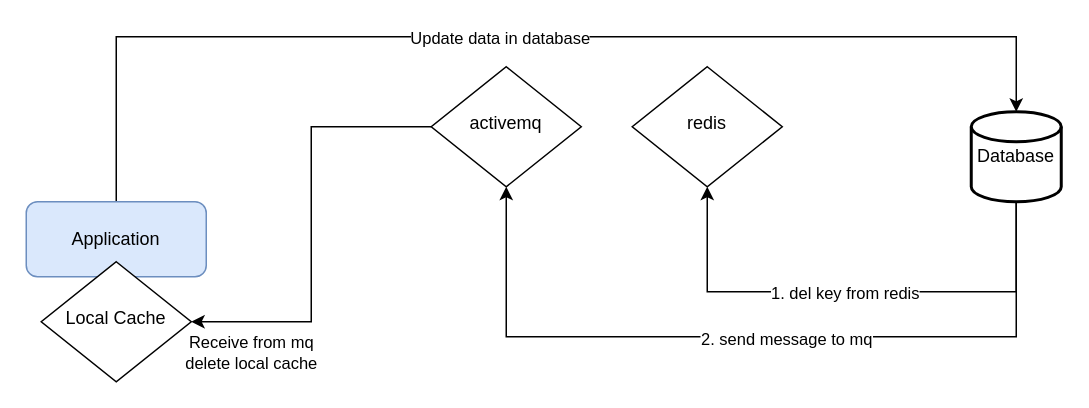
Above: update db.drawio in jejayhe/drawio (draw.io), before the change. Source tidied: cells renumbered, new cells numbered last; positions are measured from the earlier drawing's top-left corner, leaving out a move shared by most shapes. Both pictures are drawn from the tidied source at 150%, with x=0, y=0 at pixel (26, 36).
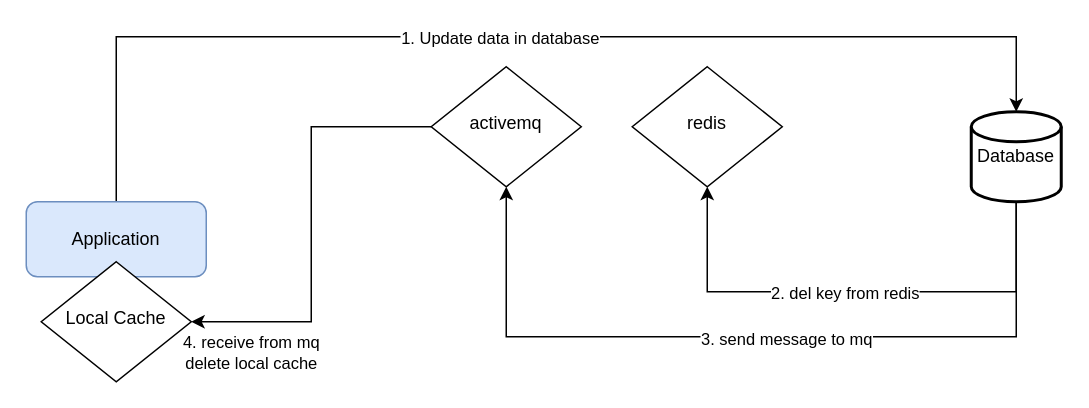
After the change.

The change refers to these unchanged cells:
```xml
<mxCell id="2" style="edgeStyle=orthogonalEdgeStyle;rounded=0;jettySize=auto;html=1;entryX=0.5;entryY=0;entryDx=0;entryDy=0;entryPerimeter=0;" parent="1" edge="1" source="4" target="11">
  <mxGeometry relative="1" as="geometry">
    <Array as="points">
      <mxPoint x="60" />
      <mxPoint x="660" />
    </Array>
  </mxGeometry>
</mxCell>
<mxCell id="7" style="edgeStyle=orthogonalEdgeStyle;rounded=0;jettySize=auto;html=1;entryX=0.5;entryY=1;entryDx=0;entryDy=0;" parent="1" edge="1" source="11" target="6">
  <mxGeometry relative="1" as="geometry">
    <Array as="points">
      <mxPoint x="660" y="170" />
      <mxPoint x="454" y="170" />
    </Array>
  </mxGeometry>
</mxCell>
<mxCell id="9" style="edgeStyle=orthogonalEdgeStyle;rounded=0;jettySize=auto;html=1;entryX=0.5;entryY=1;entryDx=0;entryDy=0;" parent="1" edge="1" source="11" target="14">
  <mxGeometry relative="1" as="geometry">
    <Array as="points">
      <mxPoint x="660" y="200" />
      <mxPoint x="320" y="200" />
    </Array>
  </mxGeometry>
</mxCell>
<mxCell id="12" style="edgeStyle=orthogonalEdgeStyle;rounded=0;jettySize=auto;html=1;entryX=1;entryY=0.5;entryDx=0;entryDy=0;" parent="1" edge="1" source="14" target="5">
  <mxGeometry relative="1" as="geometry">
    <Array as="points">
      <mxPoint x="190" y="60" />
      <mxPoint x="190" y="190" />
    </Array>
  </mxGeometry>
</mxCell>
```

Change to the diagram source:
```diff
@@
-    <mxCell id="3" value="Update data in database" style="edgeLabel;html=1;align=center;verticalAlign=middle;" parent="2" vertex="1">
+    <mxCell id="3" value="1. Update data in database" style="edgeLabel;html=1;align=center;verticalAlign=middle;" parent="2" vertex="1">
       <mxGeometry x="-0.04" y="4" relative="1" as="geometry">
         <mxPoint y="4" as="offset" />
       </mxGeometry>
     </mxCell>
@@
-    <mxCell id="8" value="1. del key from redis" style="edgeLabel;html=1;align=center;verticalAlign=middle;" parent="7" vertex="1">
+    <mxCell id="8" value="2. del key from redis" style="edgeLabel;html=1;align=center;verticalAlign=middle;" parent="7" vertex="1">
       <mxGeometry x="0.04" relative="1" as="geometry" />
     </mxCell>
@@
-    <mxCell id="10" value="2. send message to mq" style="edgeLabel;html=1;align=center;verticalAlign=middle;" parent="9" vertex="1">
+    <mxCell id="10" value="3. send message to mq" style="edgeLabel;html=1;align=center;verticalAlign=middle;" parent="9" vertex="1">
       <mxGeometry x="-0.08" y="1" relative="1" as="geometry" />
     </mxCell>
@@
-    <mxCell id="13" value="Receive from mq&lt;br&gt;delete local cache" style="edgeLabel;html=1;align=center;verticalAlign=middle;" parent="12" vertex="1">
+    <mxCell id="13" value="4. receive from mq&lt;br&gt;delete local cache" style="edgeLabel;html=1;align=center;verticalAlign=middle;" parent="12" vertex="1">
       <mxGeometry x="0.59" y="-3" relative="1" as="geometry">
         <mxPoint x="-20" y="23" as="offset" />
       </mxGeometry>
     </mxCell>
```
